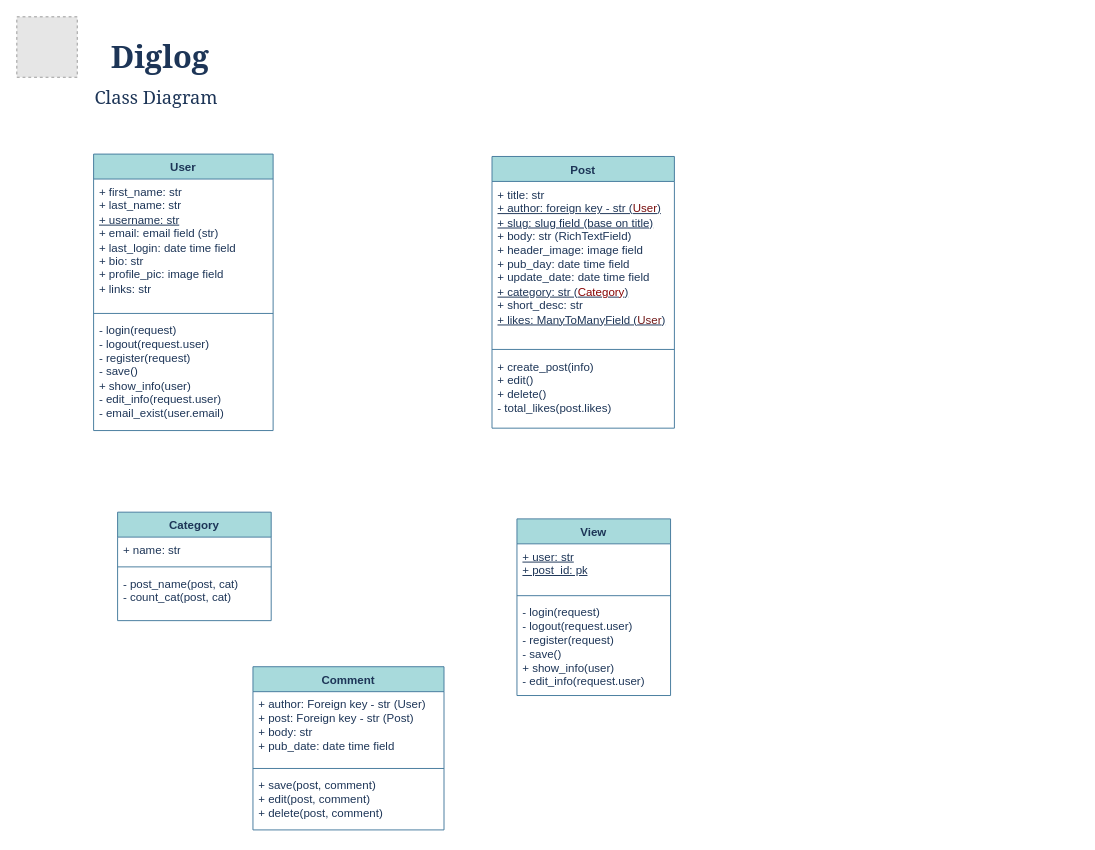
mmd-punisher/Diglog keeps this draw.io diagram as Diglog-Intro/class.drawio. Above is the earlier version. Source tidied: cells renumbered, new cells numbered last; positions are measured from the earlier drawing's top-left corner, leaving out a move shared by most shapes. Both pictures are drawn from the tidied source at 96%, with x=0, y=0 at pixel (16, 16). Pictures stored in the file or linked from it are replaced by grey dashed boxes.
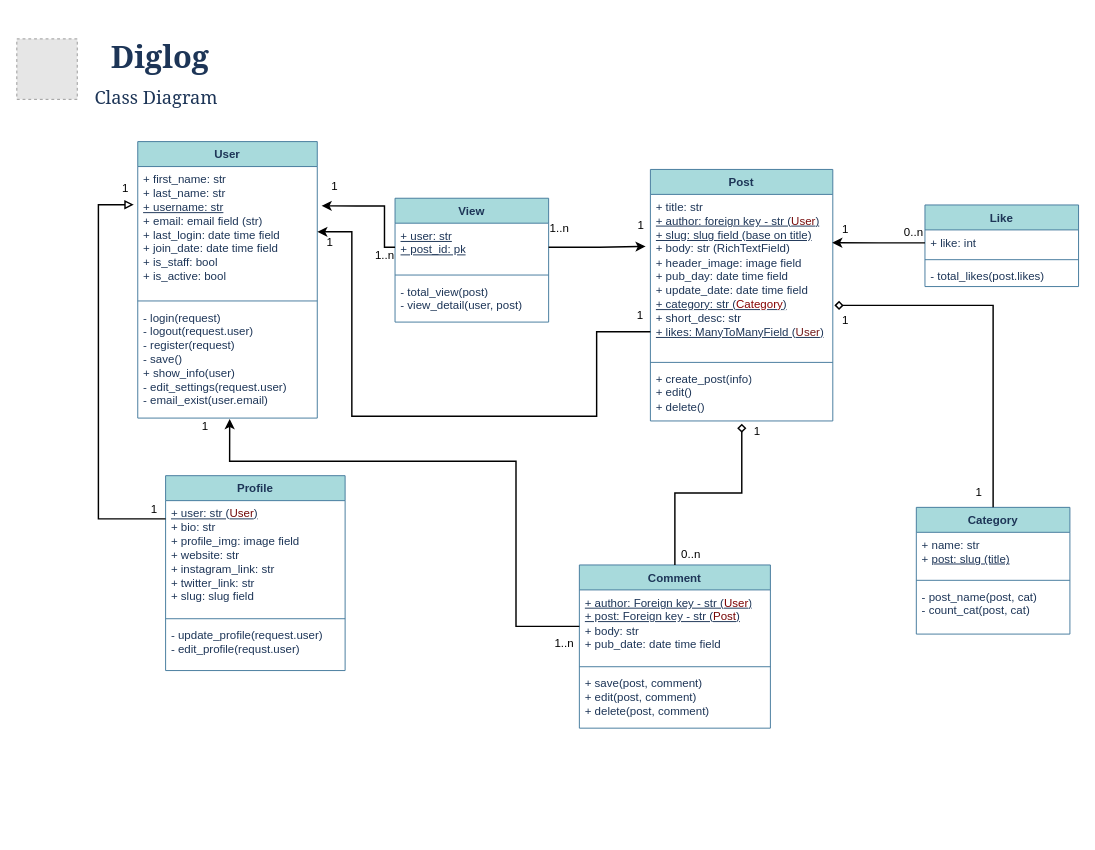
The same page after the edit.

Unchanged cells that the change refers to:
```xml
<mxCell id="10" value="+ title: str&lt;div&gt;&lt;u&gt;+ author: foreign key - str (&lt;font color=&quot;#770d0d&quot; style=&quot;--darkreader-inline-color: #ff8585;&quot;&gt;User&lt;/font&gt;)&lt;/u&gt;&lt;/div&gt;&lt;div&gt;&lt;u&gt;+ slug: slug field (base on title)&lt;/u&gt;&lt;/div&gt;&lt;div&gt;+ body: str (RichTextField)&lt;/div&gt;&lt;div&gt;+ header_image: image field&lt;/div&gt;&lt;div&gt;+ pub_day: date time field&lt;/div&gt;&lt;div&gt;+ update_date: date time field&lt;/div&gt;&lt;div&gt;&lt;u&gt;+ category: str (&lt;font color=&quot;#870303&quot; style=&quot;--darkreader-inline-color: #ff7474;&quot;&gt;Category&lt;/font&gt;)&lt;/u&gt;&lt;/div&gt;&lt;div&gt;+ short_desc: str&lt;/div&gt;&lt;div&gt;&lt;u&gt;+ likes: ManyToManyField (&lt;font style=&quot;--darkreader-inline-color: #f58d8d;&quot; color=&quot;#711919&quot;&gt;User&lt;/font&gt;)&lt;/u&gt;&lt;/div&gt;&lt;div&gt;&lt;br&gt;&lt;/div&gt;" style="text;strokeColor=none;fillColor=none;align=left;verticalAlign=top;spacingLeft=4;spacingRight=4;overflow=hidden;points=[[0,0.5],[1,0.5]];portConstraint=eastwest;whiteSpace=wrap;html=1;labelBackgroundColor=none;fontColor=#1D3557;" parent="9" vertex="1">
  <mxGeometry y="26" width="190" height="171" as="geometry" />
</mxCell>
<mxCell id="18" value="&lt;u&gt;+ user: str&lt;/u&gt;&lt;div&gt;&lt;u&gt;+ post_id: pk&lt;/u&gt;&lt;/div&gt;" style="text;strokeColor=none;fillColor=none;align=left;verticalAlign=top;spacingLeft=4;spacingRight=4;overflow=hidden;points=[[0,0.5],[1,0.5]];portConstraint=eastwest;whiteSpace=wrap;html=1;labelBackgroundColor=none;fontColor=#1D3557;" parent="17" vertex="1">
  <mxGeometry y="26" width="160" height="50" as="geometry" />
</mxCell>
```

Diff of the diagram source:
```diff
@@
     <mxCell id="2" style="fillColor=#E6E6E6;strokeColor=#999999;dashed=1;verticalLabelPosition=bottom;labelBackgroundColor=none;verticalAlign=top;fontColor=#1D3557;" parent="1" vertex="1">
-      <mxGeometry width="63" height="63" as="geometry" />
+      <mxGeometry y="23" width="63" height="63" as="geometry" />
     </mxCell>
@@
     <mxCell id="5" value="User" style="swimlane;fontStyle=1;align=center;verticalAlign=top;horizontal=1;startSize=26;whiteSpace=wrap;html=1;labelBackgroundColor=none;fillColor=#A8DADC;strokeColor=#457B9D;fontColor=#1D3557;" parent="1" vertex="1">
-      <mxGeometry x="80" y="143" width="187" height="288" as="geometry" />
+      <mxGeometry x="126" y="130" width="187" height="288" as="geometry" />
     </mxCell>
-    <mxCell id="6" value="+ first_name: str&lt;div&gt;+ last_name: str&lt;/div&gt;&lt;div&gt;&lt;u&gt;+ username: str&lt;/u&gt;&lt;/div&gt;&lt;div&gt;+ email: email field (str)&lt;/div&gt;&lt;div&gt;+ last_login: date time field&lt;/div&gt;&lt;div&gt;+ bio: str&lt;/div&gt;&lt;div&gt;+ profile_pic: image field&lt;/div&gt;&lt;div&gt;+ links: str&lt;/div&gt;" style="text;strokeColor=none;fillColor=none;align=left;verticalAlign=top;spacingLeft=4;spacingRight=4;overflow=hidden;points=[[0,0.5],[1,0.5]];portConstraint=eastwest;whiteSpace=wrap;html=1;labelBackgroundColor=none;fontColor=#1D3557;" parent="5" vertex="1">
+    <mxCell id="6" value="+ first_name: str&lt;div&gt;+ last_name: str&lt;/div&gt;&lt;div&gt;&lt;u&gt;+ username: str&lt;/u&gt;&lt;/div&gt;&lt;div&gt;+ email: email field (str)&lt;/div&gt;&lt;div&gt;+ last_login: date time field&lt;/div&gt;&lt;div&gt;+ join_date: date time field&lt;/div&gt;&lt;div&gt;+ is_staff: bool&lt;/div&gt;&lt;div&gt;+ is_active: bool&lt;/div&gt;" style="text;strokeColor=none;fillColor=none;align=left;verticalAlign=top;spacingLeft=4;spacingRight=4;overflow=hidden;points=[[0,0.5],[1,0.5]];portConstraint=eastwest;whiteSpace=wrap;html=1;labelBackgroundColor=none;fontColor=#1D3557;" parent="5" vertex="1">
       <mxGeometry y="26" width="187" height="136" as="geometry" />
     </mxCell>
@@
-    <mxCell id="8" value="- login(request)&lt;div&gt;- logout(request.user)&lt;/div&gt;&lt;div&gt;- register(request)&lt;/div&gt;&lt;div&gt;- save()&lt;/div&gt;&lt;div&gt;+ show_info(user)&lt;/div&gt;&lt;div&gt;- edit_info(request.user)&lt;/div&gt;&lt;div&gt;- email_exist(user.email)&lt;/div&gt;&lt;div&gt;&lt;br&gt;&lt;/div&gt;" style="text;strokeColor=none;fillColor=none;align=left;verticalAlign=top;spacingLeft=4;spacingRight=4;overflow=hidden;points=[[0,0.5],[1,0.5]];portConstraint=eastwest;whiteSpace=wrap;html=1;labelBackgroundColor=none;fontColor=#1D3557;" parent="5" vertex="1">
+    <mxCell id="8" value="- login(request)&lt;div&gt;- logout(request.user)&lt;/div&gt;&lt;div&gt;- register(request)&lt;/div&gt;&lt;div&gt;- save()&lt;/div&gt;&lt;div&gt;+ show_info(user)&lt;/div&gt;&lt;div&gt;- edit_settings(request.user)&lt;/div&gt;&lt;div&gt;- email_exist(user.email)&lt;/div&gt;&lt;div&gt;&lt;br&gt;&lt;/div&gt;" style="text;strokeColor=none;fillColor=none;align=left;verticalAlign=top;spacingLeft=4;spacingRight=4;overflow=hidden;points=[[0,0.5],[1,0.5]];portConstraint=eastwest;whiteSpace=wrap;html=1;labelBackgroundColor=none;fontColor=#1D3557;" parent="5" vertex="1">
       <mxGeometry y="170" width="187" height="118" as="geometry" />
     </mxCell>
     <mxCell id="9" value="Post" style="swimlane;fontStyle=1;align=center;verticalAlign=top;horizontal=1;startSize=26;whiteSpace=wrap;html=1;labelBackgroundColor=none;fillColor=#A8DADC;strokeColor=#457B9D;fontColor=#1D3557;" parent="1" vertex="1">
-      <mxGeometry x="495" y="145.5" width="190" height="283" as="geometry" />
+      <mxGeometry x="660" y="159" width="190" height="262" as="geometry" />
     </mxCell>
@@
-    <mxCell id="12" value="+ create_post(info)&lt;div&gt;+ edit()&lt;/div&gt;&lt;div&gt;+ delete()&lt;/div&gt;&lt;div&gt;- total_likes(post.likes)&lt;/div&gt;" style="text;strokeColor=none;fillColor=none;align=left;verticalAlign=top;spacingLeft=4;spacingRight=4;overflow=hidden;points=[[0,0.5],[1,0.5]];portConstraint=eastwest;whiteSpace=wrap;html=1;labelBackgroundColor=none;fontColor=#1D3557;" parent="9" vertex="1">
-      <mxGeometry y="205" width="190" height="78" as="geometry" />
+    <mxCell id="12" value="+ create_post(info)&lt;div&gt;+ edit()&lt;/div&gt;&lt;div&gt;+ delete()&lt;/div&gt;" style="text;strokeColor=none;fillColor=none;align=left;verticalAlign=top;spacingLeft=4;spacingRight=4;overflow=hidden;points=[[0,0.5],[1,0.5]];portConstraint=eastwest;whiteSpace=wrap;html=1;labelBackgroundColor=none;fontColor=#1D3557;" parent="9" vertex="1">
+      <mxGeometry y="205" width="190" height="57" as="geometry" />
     </mxCell>
     <mxCell id="13" value="Category" style="swimlane;fontStyle=1;align=center;verticalAlign=top;horizontal=1;startSize=26;whiteSpace=wrap;html=1;labelBackgroundColor=none;fillColor=#A8DADC;strokeColor=#457B9D;fontColor=#1D3557;" parent="1" vertex="1">
-      <mxGeometry x="105" y="516" width="160" height="113" as="geometry" />
+      <mxGeometry x="937" y="511" width="160" height="132" as="geometry" />
     </mxCell>
-    <mxCell id="14" value="+ name: str" style="text;strokeColor=none;fillColor=none;align=left;verticalAlign=top;spacingLeft=4;spacingRight=4;overflow=hidden;whiteSpace=wrap;html=1;labelBackgroundColor=none;fontColor=#1D3557;" parent="13" vertex="1">
-      <mxGeometry y="26" width="160" height="27" as="geometry" />
+    <mxCell id="14" value="+ name: str&lt;div&gt;+ &lt;u&gt;post: slug (title)&lt;/u&gt;&lt;/div&gt;" style="text;strokeColor=none;fillColor=none;align=left;verticalAlign=top;spacingLeft=4;spacingRight=4;overflow=hidden;whiteSpace=wrap;html=1;labelBackgroundColor=none;fontColor=#1D3557;" parent="13" vertex="1">
+      <mxGeometry y="26" width="160" height="46" as="geometry" />
     </mxCell>
     <mxCell id="15" style="line;strokeWidth=1;fillColor=none;align=left;verticalAlign=middle;spacingTop=-1;spacingLeft=3;spacingRight=3;labelPosition=right;strokeColor=#457B9D;labelBackgroundColor=none;fontColor=#1D3557;" parent="13" vertex="1">
-      <mxGeometry y="53" width="160" height="8" as="geometry" />
+      <mxGeometry y="72" width="160" height="8" as="geometry" />
     </mxCell>
     <mxCell id="16" value="- post_name(post, cat)&lt;div&gt;- count_cat(post, cat)&lt;/div&gt;" style="text;strokeColor=none;fillColor=none;align=left;verticalAlign=top;spacingLeft=4;spacingRight=4;overflow=hidden;whiteSpace=wrap;html=1;labelBackgroundColor=none;fontColor=#1D3557;" parent="13" vertex="1">
-      <mxGeometry y="61" width="160" height="52" as="geometry" />
+      <mxGeometry y="80" width="160" height="52" as="geometry" />
     </mxCell>
     <mxCell id="17" value="View" style="swimlane;fontStyle=1;align=center;verticalAlign=top;horizontal=1;startSize=26;whiteSpace=wrap;html=1;labelBackgroundColor=none;fillColor=#A8DADC;strokeColor=#457B9D;fontColor=#1D3557;" parent="1" vertex="1">
-      <mxGeometry x="521" y="523" width="160" height="184" as="geometry" />
+      <mxGeometry x="394" y="189" width="160" height="129" as="geometry" />
     </mxCell>
@@
-    <mxCell id="20" value="- login(request)&lt;div&gt;- logout(request.user)&lt;/div&gt;&lt;div&gt;- register(request)&lt;/div&gt;&lt;div&gt;- save()&lt;/div&gt;&lt;div&gt;+ show_info(user)&lt;/div&gt;&lt;div&gt;- edit_info(request.user)&lt;/div&gt;" style="text;strokeColor=none;fillColor=none;align=left;verticalAlign=top;spacingLeft=4;spacingRight=4;overflow=hidden;whiteSpace=wrap;html=1;labelBackgroundColor=none;fontColor=#1D3557;" parent="17" vertex="1">
-      <mxGeometry y="84" width="160" height="100" as="geometry" />
+    <mxCell id="20" value="- total_view(post)&lt;div&gt;- view_detail(user, post)&lt;/div&gt;&lt;div&gt;&lt;br&gt;&lt;/div&gt;" style="text;strokeColor=none;fillColor=none;align=left;verticalAlign=top;spacingLeft=4;spacingRight=4;overflow=hidden;whiteSpace=wrap;html=1;labelBackgroundColor=none;fontColor=#1D3557;" parent="17" vertex="1">
+      <mxGeometry y="84" width="160" height="45" as="geometry" />
     </mxCell>
     <mxCell id="21" value="Comment" style="swimlane;fontStyle=1;align=center;verticalAlign=top;horizontal=1;startSize=26;whiteSpace=wrap;html=1;labelBackgroundColor=none;fillColor=#A8DADC;strokeColor=#457B9D;fontColor=#1D3557;" parent="1" vertex="1">
-      <mxGeometry x="246" y="677" width="199" height="170" as="geometry" />
+      <mxGeometry x="586" y="571" width="199" height="170" as="geometry" />
     </mxCell>
-    <mxCell id="22" value="+ author: Foreign key - str (User)&lt;div&gt;+ post: Foreign key - str (Post)&lt;/div&gt;&lt;div&gt;+ body: str&lt;/div&gt;&lt;div&gt;+ pub_date: date time field&lt;/div&gt;" style="text;strokeColor=none;fillColor=none;align=left;verticalAlign=top;spacingLeft=4;spacingRight=4;overflow=hidden;points=[[0,0.5],[1,0.5]];portConstraint=eastwest;whiteSpace=wrap;html=1;labelBackgroundColor=none;fontColor=#1D3557;" parent="21" vertex="1">
+    <mxCell id="22" value="&lt;u&gt;+ author: Foreign key - str (&lt;font style=&quot;--darkreader-inline-color: #ff7b7b;&quot; color=&quot;#7e0202&quot;&gt;User&lt;/font&gt;)&lt;/u&gt;&lt;div&gt;&lt;u&gt;+ post: Foreign key - str (&lt;font style=&quot;--darkreader-inline-color: #ff8181;&quot; color=&quot;#760404&quot;&gt;Post&lt;/font&gt;)&lt;/u&gt;&lt;/div&gt;&lt;div&gt;+ body: str&lt;/div&gt;&lt;div&gt;+ pub_date: date time field&lt;/div&gt;" style="text;strokeColor=none;fillColor=none;align=left;verticalAlign=top;spacingLeft=4;spacingRight=4;overflow=hidden;points=[[0,0.5],[1,0.5]];portConstraint=eastwest;whiteSpace=wrap;html=1;labelBackgroundColor=none;fontColor=#1D3557;" parent="21" vertex="1">
       <mxGeometry y="26" width="199" height="76" as="geometry" />
     </mxCell>
@@
+    <mxCell id="25" value="Like" style="swimlane;fontStyle=1;align=center;verticalAlign=top;horizontal=1;startSize=26;whiteSpace=wrap;html=1;labelBackgroundColor=none;fillColor=#A8DADC;strokeColor=#457B9D;fontColor=#1D3557;" parent="1" vertex="1">
+      <mxGeometry x="946" y="196" width="160" height="85" as="geometry" />
+    </mxCell>
+    <mxCell id="26" value="+ like: int" style="text;strokeColor=none;fillColor=none;align=left;verticalAlign=top;spacingLeft=4;spacingRight=4;overflow=hidden;points=[[0,0.5],[1,0.5]];portConstraint=eastwest;whiteSpace=wrap;html=1;labelBackgroundColor=none;fontColor=#1D3557;" parent="25" vertex="1">
+      <mxGeometry y="26" width="160" height="27" as="geometry" />
+    </mxCell>
+    <mxCell id="27" style="line;strokeWidth=1;fillColor=none;align=left;verticalAlign=middle;spacingTop=-1;spacingLeft=3;spacingRight=3;labelPosition=right;strokeColor=#457B9D;labelBackgroundColor=none;fontColor=#1D3557;" parent="25" vertex="1">
+      <mxGeometry y="53" width="160" height="8" as="geometry" />
+    </mxCell>
+    <mxCell id="28" value="- total_likes(post.likes)" style="text;strokeColor=none;fillColor=none;align=left;verticalAlign=top;spacingLeft=4;spacingRight=4;overflow=hidden;whiteSpace=wrap;html=1;labelBackgroundColor=none;fontColor=#1D3557;" parent="25" vertex="1">
+      <mxGeometry y="61" width="160" height="24" as="geometry" />
+    </mxCell>
+    <mxCell id="29" value="Profile" style="swimlane;fontStyle=1;align=center;verticalAlign=top;horizontal=1;startSize=26;whiteSpace=wrap;html=1;labelBackgroundColor=none;fillColor=#A8DADC;strokeColor=#457B9D;fontColor=#1D3557;" parent="1" vertex="1">
+      <mxGeometry x="155" y="478" width="187" height="203" as="geometry" />
+    </mxCell>
+    <mxCell id="30" value="&lt;div&gt;&lt;u&gt;+ user: str (&lt;font color=&quot;#720808&quot; style=&quot;--darkreader-inline-color: #ff8787;&quot;&gt;User&lt;/font&gt;)&lt;/u&gt;&lt;/div&gt;+ bio: str&lt;div&gt;+ profile_img: image field&lt;/div&gt;&lt;div&gt;+ website: str&lt;/div&gt;&lt;div&gt;+ instagram_link: str&lt;/div&gt;&lt;div&gt;+ twitter_link: str&lt;/div&gt;&lt;div&gt;+ slug: slug field&lt;/div&gt;" style="text;strokeColor=none;fillColor=none;align=left;verticalAlign=top;spacingLeft=4;spacingRight=4;overflow=hidden;whiteSpace=wrap;html=1;labelBackgroundColor=none;fontColor=#1D3557;" parent="29" vertex="1">
+      <mxGeometry y="26" width="187" height="119" as="geometry" />
+    </mxCell>
+    <mxCell id="31" style="line;strokeWidth=1;fillColor=none;align=left;verticalAlign=middle;spacingTop=-1;spacingLeft=3;spacingRight=3;labelPosition=right;strokeColor=#457B9D;labelBackgroundColor=none;fontColor=#1D3557;" parent="29" vertex="1">
+      <mxGeometry y="145" width="187" height="8" as="geometry" />
+    </mxCell>
+    <mxCell id="32" value="&lt;div&gt;- update_profile(request.user)&lt;/div&gt;&lt;div&gt;- edit_profile(requst.user)&lt;/div&gt;&lt;div&gt;&lt;br&gt;&lt;/div&gt;" style="text;strokeColor=none;fillColor=none;align=left;verticalAlign=top;spacingLeft=4;spacingRight=4;overflow=hidden;whiteSpace=wrap;html=1;labelBackgroundColor=none;fontColor=#1D3557;" parent="29" vertex="1">
+      <mxGeometry y="153" width="187" height="50" as="geometry" />
+    </mxCell>
+    <mxCell id="33" style="edgeStyle=orthogonalEdgeStyle;rounded=0;jettySize=auto;html=1;entryX=-0.022;entryY=0.292;entryDx=0;entryDy=0;entryPerimeter=0;endArrow=block;endFill=0;strokeWidth=1.5;" parent="1" edge="1" source="29" target="6">
+      <mxGeometry relative="1" as="geometry">
+        <Array as="points">
+          <mxPoint x="85" y="523" />
+          <mxPoint x="85" y="196" />
+        </Array>
+      </mxGeometry>
+    </mxCell>
+    <mxCell id="34" style="edgeStyle=orthogonalEdgeStyle;rounded=0;jettySize=auto;html=1;entryX=0.501;entryY=1.049;entryDx=0;entryDy=0;entryPerimeter=0;endArrow=diamond;endFill=0;strokeWidth=1.5;" parent="1" edge="1" source="21" target="12">
+      <mxGeometry relative="1" as="geometry">
+        <Array as="points">
+          <mxPoint x="686" y="496" />
+          <mxPoint x="755" y="496" />
+        </Array>
+      </mxGeometry>
+    </mxCell>
+    <mxCell id="35" style="edgeStyle=orthogonalEdgeStyle;rounded=0;jettySize=auto;html=1;entryX=-0.026;entryY=0.317;entryDx=0;entryDy=0;entryPerimeter=0;strokeWidth=1.5;" parent="1" edge="1" source="18" target="10">
+      <mxGeometry relative="1" as="geometry" />
+    </mxCell>
+    <mxCell id="36" style="edgeStyle=orthogonalEdgeStyle;rounded=0;jettySize=auto;html=1;entryX=1.024;entryY=0.301;entryDx=0;entryDy=0;entryPerimeter=0;strokeWidth=1.5;" parent="1" edge="1" source="18" target="6">
+      <mxGeometry relative="1" as="geometry">
+        <Array as="points">
+          <mxPoint x="383" y="240" />
+          <mxPoint x="383" y="197" />
+          <mxPoint x="354" y="197" />
+        </Array>
+      </mxGeometry>
+    </mxCell>
+    <mxCell id="37" style="edgeStyle=orthogonalEdgeStyle;rounded=0;jettySize=auto;html=1;entryX=1;entryY=0.5;entryDx=0;entryDy=0;strokeWidth=1.5;" parent="1" edge="1" source="10" target="6">
+      <mxGeometry relative="1" as="geometry">
+        <Array as="points">
+          <mxPoint x="604" y="328" />
+          <mxPoint x="604" y="416" />
+          <mxPoint x="349" y="416" />
+          <mxPoint x="349" y="224" />
+        </Array>
+      </mxGeometry>
+    </mxCell>
+    <mxCell id="38" style="edgeStyle=orthogonalEdgeStyle;rounded=0;jettySize=auto;html=1;entryX=1.009;entryY=0.676;entryDx=0;entryDy=0;entryPerimeter=0;endArrow=diamond;endFill=0;strokeWidth=1.5;" parent="1" edge="1" source="13" target="10">
+      <mxGeometry relative="1" as="geometry" />
+    </mxCell>
+    <mxCell id="39" style="edgeStyle=orthogonalEdgeStyle;rounded=0;jettySize=auto;html=1;exitX=0;exitY=0.5;exitDx=0;exitDy=0;entryX=0.997;entryY=0.294;entryDx=0;entryDy=0;entryPerimeter=0;strokeWidth=1.5;" parent="1" edge="1" source="26" target="10">
+      <mxGeometry relative="1" as="geometry" />
+    </mxCell>
+    <mxCell id="40" style="edgeStyle=orthogonalEdgeStyle;rounded=0;jettySize=auto;html=1;entryX=0.512;entryY=1.008;entryDx=0;entryDy=0;entryPerimeter=0;strokeWidth=1.5;" parent="1" edge="1" source="22" target="8">
+      <mxGeometry relative="1" as="geometry">
+        <Array as="points">
+          <mxPoint x="520" y="635" />
+          <mxPoint x="520" y="463" />
+          <mxPoint x="222" y="463" />
+        </Array>
+      </mxGeometry>
+    </mxCell>
+    <mxCell id="41" value="1" style="text;html=1;align=center;verticalAlign=middle;strokeColor=none;fillColor=none;" parent="1" vertex="1">
+      <mxGeometry x="850" y="209" width="25" height="26" as="geometry" />
+    </mxCell>
+    <mxCell id="42" value="0..n" style="text;html=1;align=center;verticalAlign=middle;strokeColor=none;fillColor=none;" parent="1" vertex="1">
+      <mxGeometry x="915" y="212" width="38" height="26" as="geometry" />
+    </mxCell>
+    <mxCell id="43" value="1" style="text;html=1;align=center;verticalAlign=middle;strokeColor=none;fillColor=none;" parent="1" vertex="1">
+      <mxGeometry x="850" y="303" width="25" height="26" as="geometry" />
+    </mxCell>
+    <mxCell id="44" value="1" style="text;html=1;align=center;verticalAlign=middle;strokeColor=none;fillColor=none;" parent="1" vertex="1">
+      <mxGeometry x="989" y="483" width="25" height="26" as="geometry" />
+    </mxCell>
+    <mxCell id="45" value="0..n" style="text;html=1;align=center;verticalAlign=middle;strokeColor=none;fillColor=none;" parent="1" vertex="1">
+      <mxGeometry x="683" y="547" width="38" height="26" as="geometry" />
+    </mxCell>
+    <mxCell id="46" value="1" style="text;html=1;align=center;verticalAlign=middle;strokeColor=none;fillColor=none;" parent="1" vertex="1">
+      <mxGeometry x="758" y="419" width="25" height="26" as="geometry" />
+    </mxCell>
+    <mxCell id="47" value="1" style="text;html=1;align=center;verticalAlign=middle;strokeColor=none;fillColor=none;" parent="1" vertex="1">
+      <mxGeometry x="636" y="298" width="25" height="26" as="geometry" />
+    </mxCell>
+    <mxCell id="48" value="1" style="text;html=1;align=center;verticalAlign=middle;strokeColor=none;fillColor=none;" parent="1" vertex="1">
+      <mxGeometry x="313" y="222" width="25" height="26" as="geometry" />
+    </mxCell>
+    <mxCell id="49" value="1" style="text;html=1;align=center;verticalAlign=middle;strokeColor=none;fillColor=none;" parent="1" vertex="1">
+      <mxGeometry x="318" y="164" width="25" height="26" as="geometry" />
+    </mxCell>
+    <mxCell id="50" value="1..n" style="text;html=1;align=center;verticalAlign=middle;strokeColor=none;fillColor=none;" parent="1" vertex="1">
+      <mxGeometry x="364" y="236" width="38" height="26" as="geometry" />
+    </mxCell>
+    <mxCell id="51" value="1..n" style="text;html=1;align=center;verticalAlign=middle;strokeColor=none;fillColor=none;" parent="1" vertex="1">
+      <mxGeometry x="546" y="208" width="38" height="26" as="geometry" />
+    </mxCell>
+    <mxCell id="52" value="1" style="text;html=1;align=center;verticalAlign=middle;strokeColor=none;fillColor=none;" parent="1" vertex="1">
+      <mxGeometry x="637" y="205" width="25" height="26" as="geometry" />
+    </mxCell>
+    <mxCell id="53" value="1..n" style="text;html=1;align=center;verticalAlign=middle;strokeColor=none;fillColor=none;" parent="1" vertex="1">
+      <mxGeometry x="551" y="640" width="38" height="26" as="geometry" />
+    </mxCell>
+    <mxCell id="54" value="1" style="text;html=1;align=center;verticalAlign=middle;strokeColor=none;fillColor=none;" parent="1" vertex="1">
+      <mxGeometry x="183" y="414" width="25" height="26" as="geometry" />
+    </mxCell>
+    <mxCell id="55" value="1" style="text;html=1;align=center;verticalAlign=middle;strokeColor=none;fillColor=none;" parent="1" vertex="1">
+      <mxGeometry x="130" y="500" width="25" height="26" as="geometry" />
+    </mxCell>
+    <mxCell id="56" value="1" style="text;html=1;align=center;verticalAlign=middle;strokeColor=none;fillColor=none;" parent="1" vertex="1">
+      <mxGeometry x="100" y="166" width="25" height="26" as="geometry" />
+    </mxCell>
```
